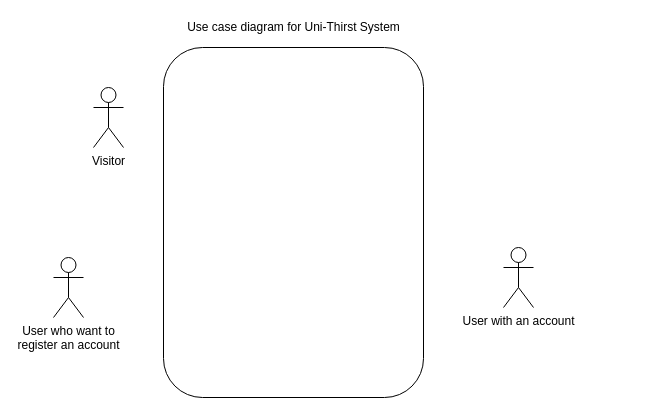
Above: src/Untitled Diagram.drawio in Allen-W426/java-8-lambdas-exercises (draw.io), before the change. Source tidied: cells renumbered, new cells numbered last; positions are measured from the earlier drawing's top-left corner, leaving out a move shared by most shapes. Both pictures are drawn from the tidied source at 100%, with x=0, y=0 at pixel (53, 17).
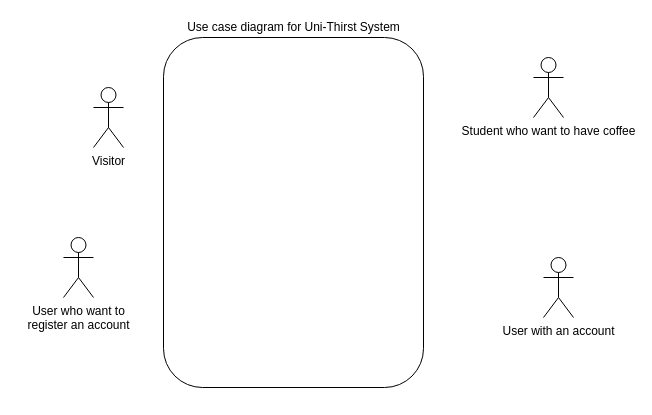
After the change.

What changed in the source:
```diff
@@
 <mxGraphModel>
   <root>
     <mxCell id="0" />
     <mxCell id="1" parent="0" />
     <mxCell id="2" style="rounded=1;whiteSpace=wrap;html=1;" parent="1" vertex="1">
-      <mxGeometry x="110" y="30" width="260" height="350" as="geometry" />
+      <mxGeometry x="110" y="20" width="260" height="350" as="geometry" />
     </mxCell>
     <mxCell id="3" value="Use case diagram for Uni-Thirst System" style="text;html=1;align=center;verticalAlign=middle;strokeColor=none;" parent="1" vertex="1">
       <mxGeometry x="125" width="230" height="20" as="geometry" />
     </mxCell>
     <mxCell id="4" value="Visitor" style="shape=umlActor;verticalLabelPosition=bottom;verticalAlign=top;html=1;" parent="1" vertex="1">
       <mxGeometry x="40" y="70" width="30" height="60" as="geometry" />
     </mxCell>
     <mxCell id="5" value="User who want to &lt;br&gt;register an account" style="shape=umlActor;verticalLabelPosition=bottom;verticalAlign=top;html=1;" parent="1" vertex="1">
-      <mxGeometry y="240" width="30" height="60" as="geometry" />
+      <mxGeometry x="10" y="220" width="30" height="60" as="geometry" />
     </mxCell>
     <mxCell id="6" value="User with an account" style="shape=umlActor;verticalLabelPosition=bottom;verticalAlign=top;html=1;" parent="1" vertex="1">
-      <mxGeometry x="450" y="230" width="30" height="60" as="geometry" />
+      <mxGeometry x="490" y="240" width="30" height="60" as="geometry" />
     </mxCell>
+    <mxCell id="7" value="Student who want to have coffee" style="shape=umlActor;verticalLabelPosition=bottom;verticalAlign=top;html=1;" parent="1" vertex="1">
+      <mxGeometry x="480" y="40" width="30" height="60" as="geometry" />
+    </mxCell>
   </root>
 </mxGraphModel>
```
